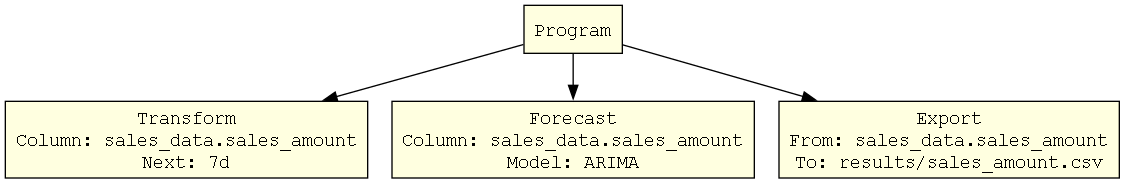
Above: LexerParser/ast.png in Dackohn/ChronoLang (Graphviz), before the change. Its source is kept beside it as LexerParser/ast.dot.
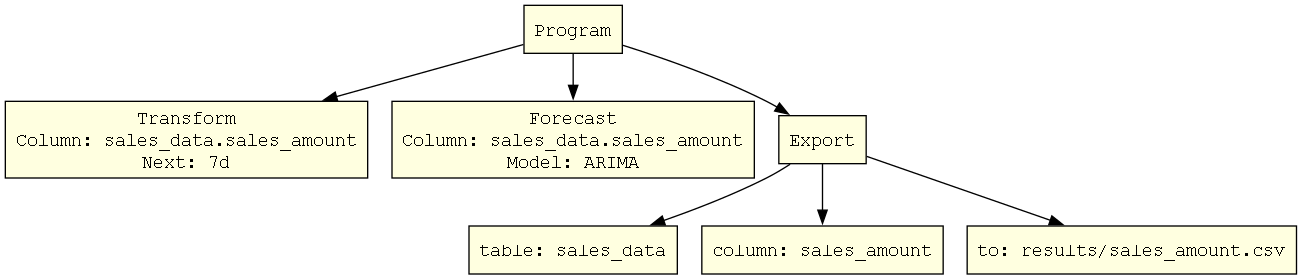
Above is the later version.

Commit message:
Fixed to return separately the table and column in export

Diff of the diagram source:
```diff
@@ -5,6 +5,12 @@
   node0 -> node1;
   node2 [label="Forecast\nColumn: sales_data.sales_amount\nModel: ARIMA", shape=box, style=filled, fillcolor=lightyellow];
   node0 -> node2;
-  node3 [label="Export\nFrom: sales_data.sales_amount\nTo: results/sales_amount.csv", shape=box, style=filled, fillcolor=lightyellow];
+  node3 [label="Export", shape=box, style=filled, fillcolor=lightyellow];
+  node4 [label="table: sales_data", shape=box, style=filled, fillcolor=lightyellow];
+  node3 -> node4;
+  node5 [label="column: sales_amount", shape=box, style=filled, fillcolor=lightyellow];
+  node3 -> node5;
+  node6 [label="to: results/sales_amount.csv", shape=box, style=filled, fillcolor=lightyellow];
+  node3 -> node6;
   node0 -> node3;
 }
```
